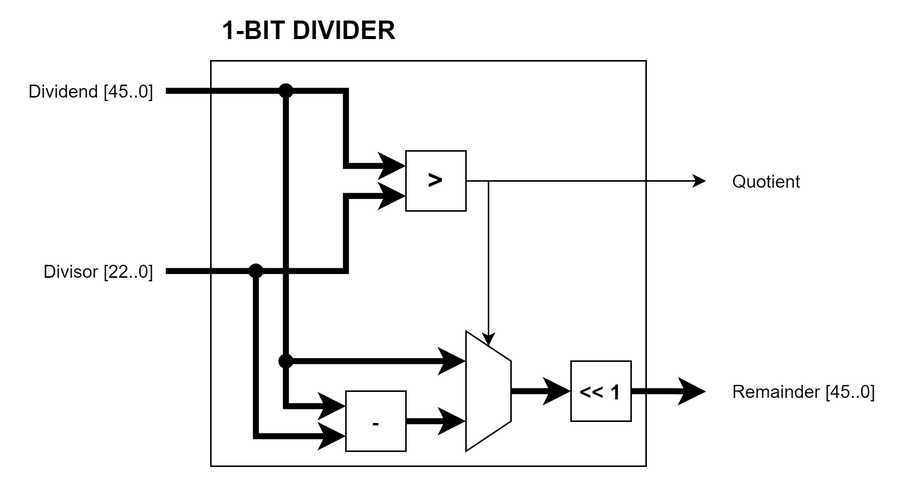
The draw.io diagram Diagrams/PNG_Format/FP_Unit/Floating-point-1-bit Divider.drawio.png in hohaicongthuan/Project-2, before a commit. Source tidied: cells renumbered, new cells last; positions are measured from the earlier drawing's top-left corner, leaving out a move shared by most shapes.
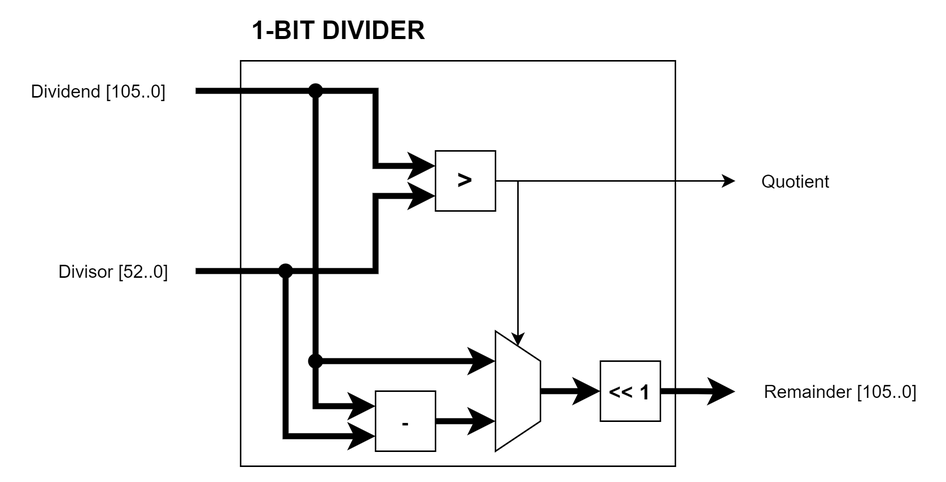
Later version of the same file.

What changed in the source:
```diff
@@ -14,8 +14,8 @@
         </Array>
       </mxGeometry>
     </mxCell>
-    <mxCell id="4" value="Dividend [45..0]" style="text;html=1;align=center;verticalAlign=middle;strokeColor=none;fillColor=none;" parent="1" vertex="1">
-      <mxGeometry y="40" width="100" height="20" as="geometry" />
+    <mxCell id="4" value="Dividend [105..0]" style="text;html=1;align=center;verticalAlign=middle;strokeColor=none;fillColor=none;" parent="1" vertex="1">
+      <mxGeometry x="-20" y="40" width="110" height="20" as="geometry" />
     </mxCell>
     <mxCell id="5" style="endArrow=classic;html=1;rounded=0;edgeStyle=orthogonalEdgeStyle;strokeWidth=4;entryX=0;entryY=0.75;entryDx=0;entryDy=0;" parent="1" edge="1" target="8">
       <mxGeometry relative="1" as="geometry">
@@ -26,8 +26,8 @@
         </Array>
       </mxGeometry>
     </mxCell>
-    <mxCell id="6" value="Divisor [22..0]" style="text;html=1;align=center;verticalAlign=middle;strokeColor=none;fillColor=none;" parent="1" vertex="1">
-      <mxGeometry x="10" y="160" width="90" height="20" as="geometry" />
+    <mxCell id="6" value="Divisor [52..0]" style="text;html=1;align=center;verticalAlign=middle;strokeColor=none;fillColor=none;" parent="1" vertex="1">
+      <mxGeometry y="160" width="90" height="20" as="geometry" />
     </mxCell>
     <mxCell id="7" style="edgeStyle=orthogonalEdgeStyle;rounded=0;jettySize=auto;html=1;exitX=1;exitY=0.5;exitDx=0;exitDy=0;strokeWidth=1;" parent="1" edge="1" source="8">
       <mxGeometry relative="1" as="geometry">
@@ -92,8 +92,8 @@
     <mxCell id="19" value="&lt;b&gt;&lt;font style=&quot;font-size: 14px&quot;&gt;-&lt;/font&gt;&lt;/b&gt;" style="rounded=0;whiteSpace=wrap;html=1;" parent="1" vertex="1">
       <mxGeometry x="220" y="250" width="40" height="40" as="geometry" />
     </mxCell>
-    <mxCell id="20" value="Remainder [45..0]" style="text;html=1;align=center;verticalAlign=middle;strokeColor=none;fillColor=none;" parent="1" vertex="1">
-      <mxGeometry x="470" y="240" width="110" height="20" as="geometry" />
+    <mxCell id="20" value="Remainder [105..0]" style="text;html=1;align=center;verticalAlign=middle;strokeColor=none;fillColor=none;" parent="1" vertex="1">
+      <mxGeometry x="470" y="240" width="120" height="20" as="geometry" />
     </mxCell>
     <mxCell id="21" style="ellipse;whiteSpace=wrap;html=1;fillColor=#000000;strokeColor=none;" parent="1" vertex="1">
       <mxGeometry x="155" y="165" width="10" height="10" as="geometry" />
```
